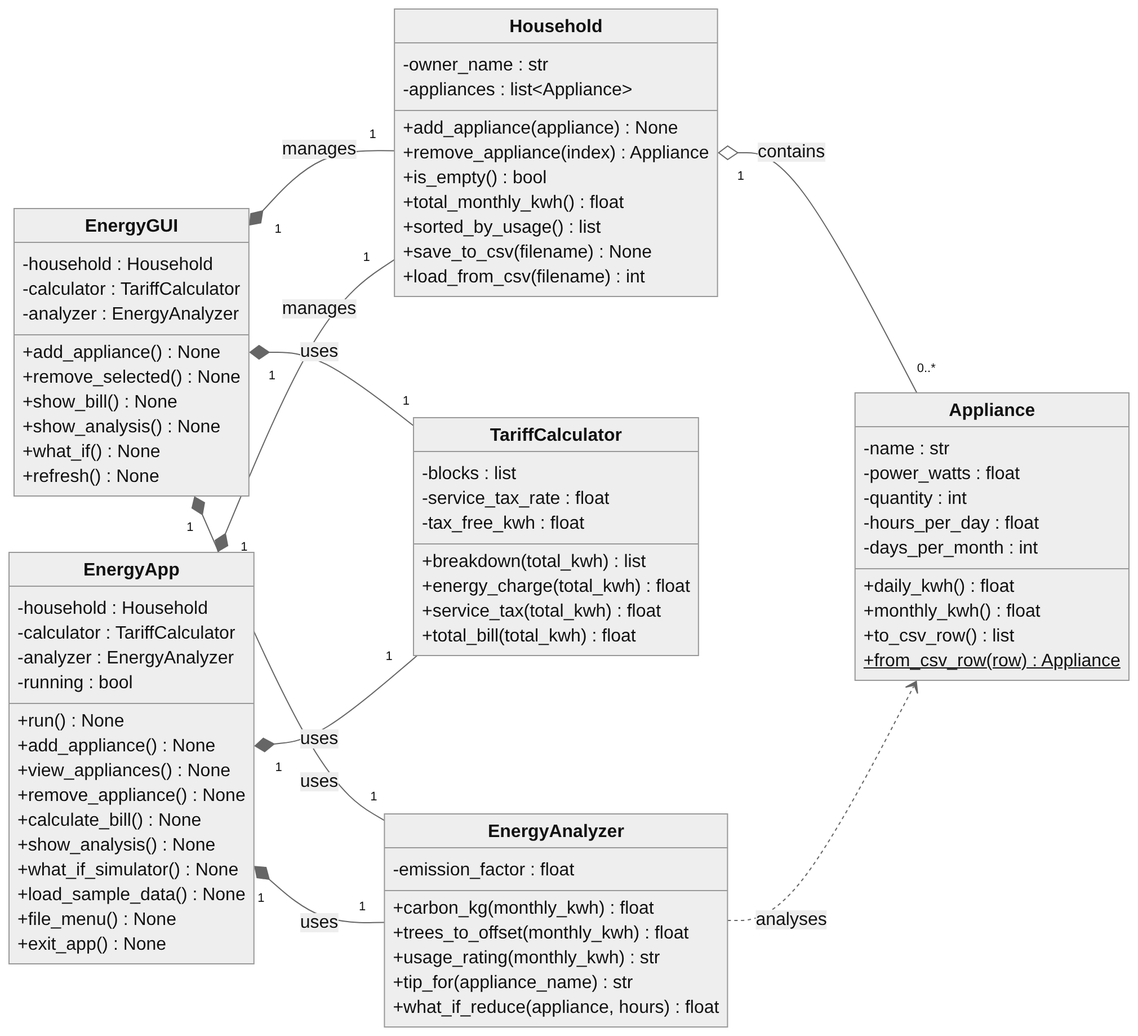
mh9d/ELT keeps this Mermaid diagram as docs/uml_class_diagram.png. Above is the earlier version. Its source is kept beside it as docs/uml_class_diagram.mmd.
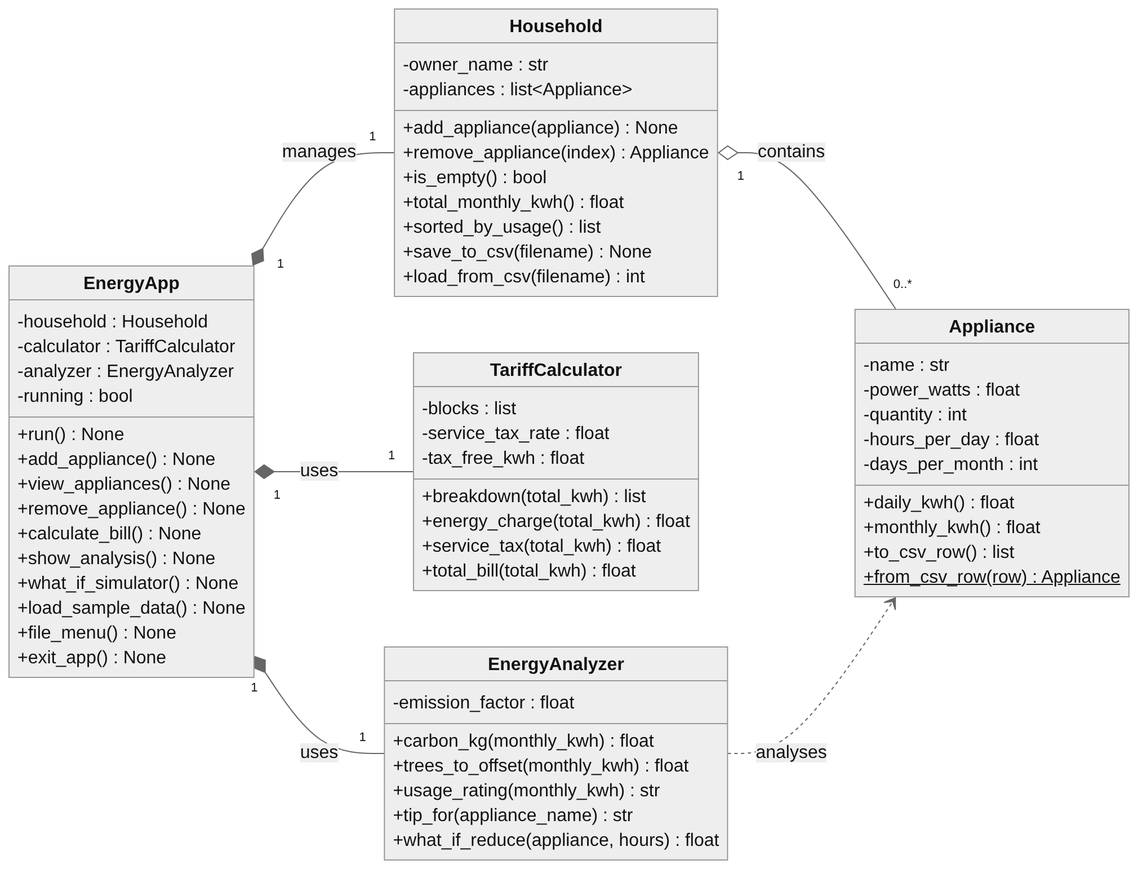
After the commit.

Diff of the diagram source:
```diff
@@ -55,20 +55,6 @@
         +tip_for(appliance_name) str
         +what_if_reduce(appliance, hours) float
     }
-    class EnergyGUI {
-        -household : Household
-        -calculator : TariffCalculator
-        -analyzer : EnergyAnalyzer
-        +add_appliance() None
-        +remove_selected() None
-        +show_bill() None
-        +show_analysis() None
-        +what_if() None
-        +refresh() None
-    }
-    EnergyGUI "1" *-- "1" Household : manages
-    EnergyGUI "1" *-- "1" TariffCalculator : uses
-    EnergyGUI "1" *-- "1" EnergyAnalyzer : uses
     EnergyApp "1" *-- "1" Household : manages
     EnergyApp "1" *-- "1" TariffCalculator : uses
     EnergyApp "1" *-- "1" EnergyAnalyzer : uses
```
